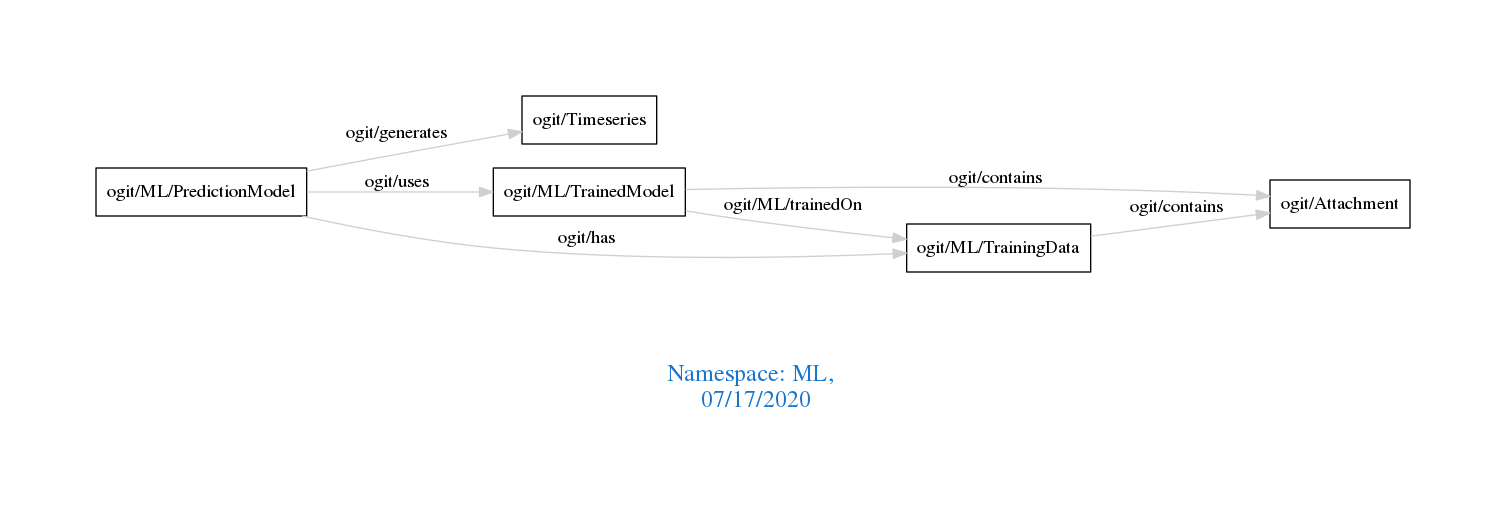
Before: downloads/ML.png, a diagram exported from Graphviz (arago/OGIT). Its source is kept beside it as downloads/ML.dot.
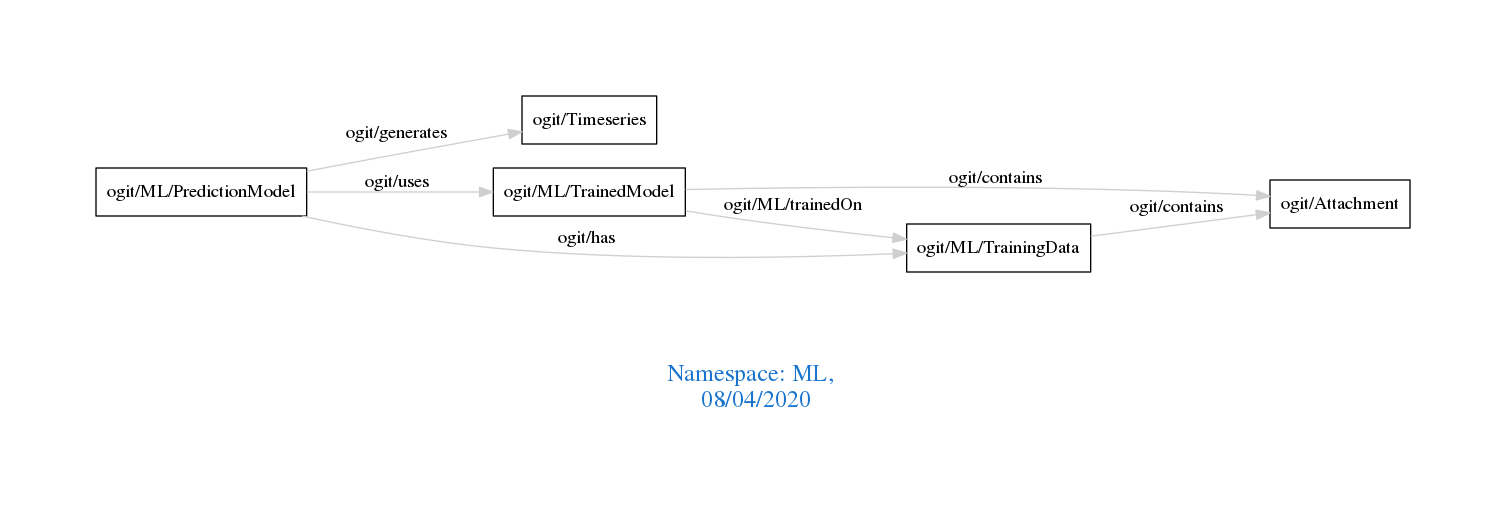
The same diagram one commit later.

What changed in the source:
```diff
@@ -1,7 +1,7 @@
 digraph OGIT_ontology {
  graph [ rankdir= LR,pad=1
 fontsize = 18,
-fontcolor= dodgerblue3,label = "\n\n\nNamespace: ML, \n 07/17/2020"];
+fontcolor= dodgerblue3,label = "\n\n\nNamespace: ML, \n 08/04/2020"];
 node[shape=polygon];
 edge [  color="gray81"];
 
```
